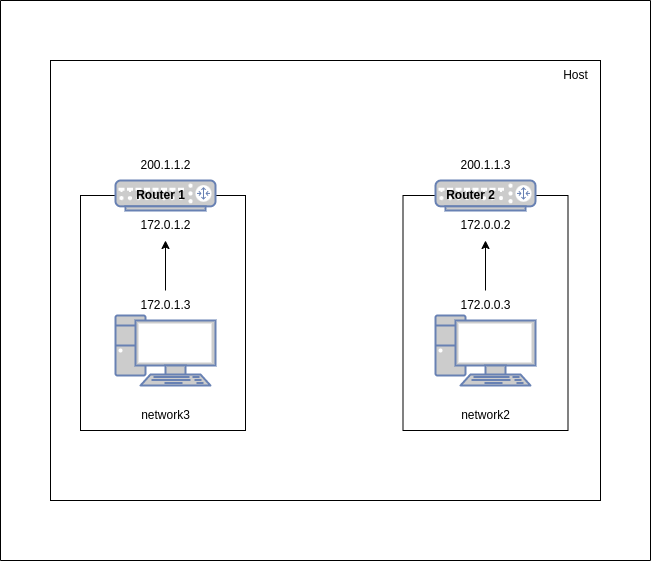
Earlier version of the draw.io export docker-nat.png (barsaskn/docker-nat). Source tidied: cells renumbered, new cells last; positions are measured from the earlier drawing's top-left corner, leaving out a move shared by most shapes.
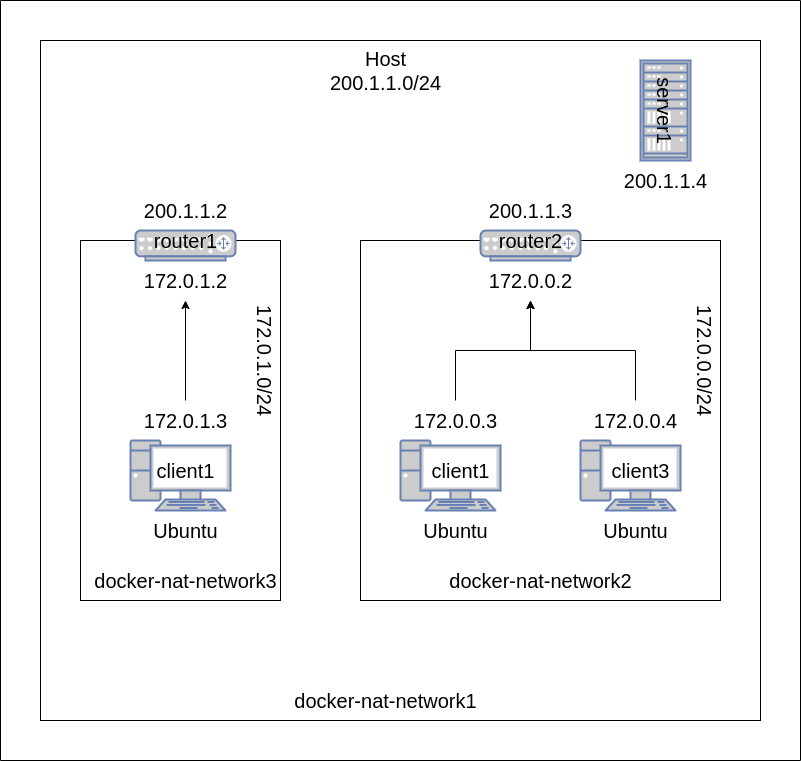
Above is the later version.

Commit message:
architectural detailed. Some minor changes for router build system.

Diff of the diagram source:
```diff
@@ -2,68 +2,118 @@
   <root>
     <mxCell id="0" />
     <mxCell id="1" parent="0" />
-    <mxCell id="2" style="rounded=0;whiteSpace=wrap;html=1;fillColor=none;" parent="1" vertex="1">
-      <mxGeometry x="402.5" y="195" width="165" height="235" as="geometry" />
-    </mxCell>
-    <mxCell id="3" style="rounded=0;whiteSpace=wrap;html=1;fillColor=none;" parent="1" vertex="1">
-      <mxGeometry x="50" y="60" width="550" height="440" as="geometry" />
-    </mxCell>
-    <mxCell id="4" style="rounded=0;whiteSpace=wrap;html=1;fillColor=none;" parent="1" vertex="1">
-      <mxGeometry x="80" y="195" width="165" height="235" as="geometry" />
-    </mxCell>
-    <mxCell id="5" style="fontColor=#0066CC;verticalAlign=top;verticalLabelPosition=bottom;labelPosition=center;align=center;html=1;fillColor=#CCCCCC;strokeColor=#6881B3;gradientColor=none;gradientDirection=north;strokeWidth=2;shape=mxgraph.networks.router;" parent="1" vertex="1">
-      <mxGeometry x="115" y="180" width="100" height="30" as="geometry" />
-    </mxCell>
-    <mxCell id="6" style="fontColor=#0066CC;verticalAlign=top;verticalLabelPosition=bottom;labelPosition=center;align=center;html=1;fillColor=#CCCCCC;strokeColor=#6881B3;gradientColor=none;gradientDirection=north;strokeWidth=2;shape=mxgraph.networks.router;" parent="1" vertex="1">
-      <mxGeometry x="435" y="180" width="100" height="30" as="geometry" />
-    </mxCell>
-    <mxCell id="7" style="fontColor=#0066CC;verticalAlign=top;verticalLabelPosition=bottom;labelPosition=center;align=center;html=1;fillColor=#CCCCCC;strokeColor=#6881B3;gradientColor=none;gradientDirection=north;strokeWidth=2;shape=mxgraph.networks.pc;" parent="1" vertex="1">
-      <mxGeometry x="115" y="315" width="100" height="70" as="geometry" />
-    </mxCell>
-    <mxCell id="8" style="fontColor=#0066CC;verticalAlign=top;verticalLabelPosition=bottom;labelPosition=center;align=center;html=1;fillColor=#CCCCCC;strokeColor=#6881B3;gradientColor=none;gradientDirection=north;strokeWidth=2;shape=mxgraph.networks.pc;" parent="1" vertex="1">
-      <mxGeometry x="435" y="315" width="100" height="70" as="geometry" />
-    </mxCell>
-    <mxCell id="9" value="200.1.1.2" style="text;html=1;align=center;verticalAlign=middle;strokeColor=none;fillColor=none;" parent="1" vertex="1">
-      <mxGeometry x="130" y="150" width="70" height="30" as="geometry" />
-    </mxCell>
-    <mxCell id="10" value="200.1.1.3" style="text;html=1;align=center;verticalAlign=middle;strokeColor=none;fillColor=none;" parent="1" vertex="1">
-      <mxGeometry x="450" y="150" width="70" height="30" as="geometry" />
-    </mxCell>
-    <mxCell id="11" value="172.0.0.2" style="text;html=1;align=center;verticalAlign=middle;points=[];strokeColor=none;fillColor=none;" parent="1" vertex="1">
-      <mxGeometry x="450" y="210" width="70" height="30" as="geometry" />
-    </mxCell>
-    <mxCell id="12" value="172.0.1.2" style="text;html=1;align=center;verticalAlign=middle;points=[];strokeColor=none;fillColor=none;" parent="1" vertex="1">
-      <mxGeometry x="130" y="210" width="70" height="30" as="geometry" />
-    </mxCell>
+    <mxCell id="23" style="swimlane;startSize=0;fillColor=none;" parent="1" vertex="1">
+      <mxGeometry x="-60" y="-120" width="800" height="760" as="geometry" />
+    </mxCell>
+    <mxCell id="24" style="rounded=0;whiteSpace=wrap;html=1;fillColor=none;" parent="23" vertex="1">
+      <mxGeometry x="40" y="40" width="720" height="680" as="geometry" />
+    </mxCell>
+    <mxCell id="25" value="&lt;font style=&quot;font-size: 20px;&quot;&gt;docker-nat-network1&lt;/font&gt;" style="text;html=1;align=center;verticalAlign=middle;strokeColor=none;fillColor=none;" parent="23" vertex="1">
+      <mxGeometry x="280" y="680" width="210" height="40" as="geometry" />
+    </mxCell>
+    <mxCell id="26" style="rounded=0;whiteSpace=wrap;html=1;fillColor=none;" parent="23" vertex="1">
+      <mxGeometry x="80" y="240" width="200" height="360" as="geometry" />
+    </mxCell>
+    <mxCell id="27" style="rounded=0;whiteSpace=wrap;html=1;fillColor=none;" parent="23" vertex="1">
+      <mxGeometry x="360" y="240" width="360" height="360" as="geometry" />
+    </mxCell>
+    <mxCell id="28" style="fontColor=#0066CC;verticalAlign=top;verticalLabelPosition=bottom;labelPosition=center;align=center;html=1;fillColor=#CCCCCC;strokeColor=#6881B3;gradientColor=none;gradientDirection=north;strokeWidth=2;shape=mxgraph.networks.pc;" parent="23" vertex="1">
+      <mxGeometry x="400" y="440" width="100" height="70" as="geometry" />
+    </mxCell>
+    <mxCell id="29" style="fontColor=#0066CC;verticalAlign=top;verticalLabelPosition=bottom;labelPosition=center;align=center;html=1;fillColor=#CCCCCC;strokeColor=#6881B3;gradientColor=none;gradientDirection=north;strokeWidth=2;shape=mxgraph.networks.pc;" parent="23" vertex="1">
+      <mxGeometry x="580" y="440" width="100" height="70" as="geometry" />
+    </mxCell>
+    <mxCell id="30" style="fontColor=#0066CC;verticalAlign=top;verticalLabelPosition=bottom;labelPosition=center;align=center;html=1;fillColor=#CCCCCC;strokeColor=#6881B3;gradientColor=none;gradientDirection=north;strokeWidth=2;shape=mxgraph.networks.pc;" parent="23" vertex="1">
+      <mxGeometry x="130" y="440" width="100" height="70" as="geometry" />
+    </mxCell>
+    <mxCell id="31" value="&lt;font style=&quot;font-size: 20px;&quot;&gt;docker-nat-network3&lt;br&gt;&lt;/font&gt;" style="text;html=1;align=center;verticalAlign=middle;strokeColor=none;fillColor=none;" parent="23" vertex="1">
+      <mxGeometry x="80" y="560" width="210" height="40" as="geometry" />
+    </mxCell>
+    <mxCell id="32" value="&lt;font style=&quot;font-size: 20px;&quot;&gt;docker-nat-network2&lt;br&gt;&lt;/font&gt;" style="text;html=1;align=center;verticalAlign=middle;strokeColor=none;fillColor=none;" parent="23" vertex="1">
+      <mxGeometry x="435" y="560" width="210" height="40" as="geometry" />
+    </mxCell>
+    <mxCell id="33" value="&lt;font style=&quot;font-size: 20px;&quot;&gt;Host&lt;br&gt;200.1.1.0/24&lt;br&gt;&lt;/font&gt;" style="text;html=1;align=center;verticalAlign=middle;strokeColor=none;fillColor=none;" parent="23" vertex="1">
+      <mxGeometry x="320" y="40" width="130" height="60" as="geometry" />
+    </mxCell>
-    <mxCell id="13" style="edgeStyle=orthogonalEdgeStyle;rounded=0;jettySize=auto;html=1;entryX=0.5;entryY=1;entryDx=0;entryDy=0;entryPerimeter=0;" parent="1" edge="1" source="14" target="12">
+    <mxCell id="13" style="edgeStyle=orthogonalEdgeStyle;rounded=0;jettySize=auto;html=1;" parent="23" edge="1" source="14" target="12">
       <mxGeometry relative="1" as="geometry" />
     </mxCell>
-    <mxCell id="14" value="172.0.1.3" style="text;html=1;align=center;verticalAlign=middle;points=[];strokeColor=none;fillColor=none;" parent="1" vertex="1">
-      <mxGeometry x="130" y="290" width="70" height="30" as="geometry" />
+    <mxCell id="14" value="&lt;font style=&quot;font-size: 20px;&quot;&gt;172.0.1.3&lt;br&gt;&lt;/font&gt;" style="text;html=1;align=center;verticalAlign=middle;points=[];strokeColor=none;fillColor=none;" parent="23" vertex="1">
+      <mxGeometry x="130" y="400" width="110" height="40" as="geometry" />
     </mxCell>
-    <mxCell id="15" style="edgeStyle=orthogonalEdgeStyle;rounded=0;jettySize=auto;html=1;" parent="1" edge="1" source="16" target="11">
+    <mxCell id="15" style="edgeStyle=orthogonalEdgeStyle;rounded=0;jettySize=auto;html=1;" parent="23" edge="1" source="16" target="11">
       <mxGeometry relative="1" as="geometry" />
     </mxCell>
-    <mxCell id="16" value="172.0.0.3" style="text;html=1;align=center;verticalAlign=middle;points=[];strokeColor=none;fillColor=none;" parent="1" vertex="1">
-      <mxGeometry x="450" y="290" width="70" height="30" as="geometry" />
+    <mxCell id="16" value="&lt;font style=&quot;font-size: 20px;&quot;&gt;172.0.0.3&lt;br&gt;&lt;/font&gt;" style="text;html=1;align=center;verticalAlign=middle;points=[];strokeColor=none;fillColor=none;" parent="23" vertex="1">
+      <mxGeometry x="400" y="400" width="110" height="40" as="geometry" />
     </mxCell>
-    <mxCell id="17" value="network3" style="text;html=1;align=center;verticalAlign=middle;strokeColor=none;fillColor=none;" parent="1" vertex="1">
-      <mxGeometry x="130" y="400" width="70" height="30" as="geometry" />
-    </mxCell>
-    <mxCell id="18" value="network2" style="text;html=1;align=center;verticalAlign=middle;strokeColor=none;fillColor=none;" parent="1" vertex="1">
-      <mxGeometry x="450" y="400" width="70" height="30" as="geometry" />
-    </mxCell>
-    <mxCell id="19" style="swimlane;startSize=0;" parent="1" vertex="1" collapsed="1">
-      <mxGeometry width="650" height="560" as="geometry" />
-    </mxCell>
-    <mxCell id="20" value="Host" style="text;html=1;align=center;verticalAlign=middle;strokeColor=none;fillColor=none;" parent="1" vertex="1">
-      <mxGeometry x="550" y="60" width="50" height="30" as="geometry" />
-    </mxCell>
-    <mxCell id="21" value="&lt;b&gt;&lt;font color=&quot;#000000&quot;&gt;Router 1&lt;/font&gt;&lt;/b&gt;" style="text;html=1;align=center;verticalAlign=middle;strokeColor=none;fillColor=none;" parent="1" vertex="1">
-      <mxGeometry x="125" y="180" width="70" height="30" as="geometry" />
-    </mxCell>
-    <mxCell id="22" value="&lt;b&gt;&lt;font color=&quot;#000000&quot;&gt;Router 2&lt;br&gt;&lt;/font&gt;&lt;/b&gt;" style="text;html=1;align=center;verticalAlign=middle;strokeColor=none;fillColor=none;" parent="1" vertex="1">
-      <mxGeometry x="435" y="180" width="70" height="30" as="geometry" />
-    </mxCell>
+    <mxCell id="34" style="edgeStyle=orthogonalEdgeStyle;rounded=0;jettySize=auto;html=1;entryX=0.5;entryY=1;entryDx=0;entryDy=0;entryPerimeter=0;" parent="23" edge="1" source="35" target="11">
+      <mxGeometry relative="1" as="geometry">
+        <Array as="points">
+          <mxPoint x="635" y="350" />
+          <mxPoint x="530" y="350" />
+        </Array>
+      </mxGeometry>
+    </mxCell>
+    <mxCell id="35" value="&lt;font style=&quot;font-size: 20px;&quot;&gt;172.0.0.4&lt;br&gt;&lt;/font&gt;" style="text;html=1;align=center;verticalAlign=middle;points=[];strokeColor=none;fillColor=none;" parent="23" vertex="1">
+      <mxGeometry x="580" y="400" width="110" height="40" as="geometry" />
+    </mxCell>
+    <mxCell id="36" value="&lt;font style=&quot;font-size: 20px;&quot;&gt;Ubuntu&lt;br&gt;&lt;/font&gt;" style="text;html=1;align=center;verticalAlign=middle;strokeColor=none;fillColor=none;" parent="23" vertex="1">
+      <mxGeometry x="140" y="510" width="90" height="40" as="geometry" />
+    </mxCell>
+    <mxCell id="37" value="&lt;font style=&quot;font-size: 20px;&quot;&gt;Ubuntu&lt;br&gt;&lt;/font&gt;" style="text;html=1;align=center;verticalAlign=middle;strokeColor=none;fillColor=none;" parent="23" vertex="1">
+      <mxGeometry x="410" y="510" width="90" height="40" as="geometry" />
+    </mxCell>
+    <mxCell id="38" value="&lt;font style=&quot;font-size: 20px;&quot;&gt;Ubuntu&lt;br&gt;&lt;/font&gt;" style="text;html=1;align=center;verticalAlign=middle;strokeColor=none;fillColor=none;" parent="23" vertex="1">
+      <mxGeometry x="590" y="510" width="90" height="40" as="geometry" />
+    </mxCell>
+    <mxCell id="39" style="fontColor=#0066CC;verticalAlign=top;verticalLabelPosition=bottom;labelPosition=center;align=center;html=1;fillColor=#CCCCCC;strokeColor=#6881B3;gradientColor=none;gradientDirection=north;strokeWidth=2;shape=mxgraph.networks.router;" parent="23" vertex="1">
+      <mxGeometry x="135" y="230" width="100" height="30" as="geometry" />
+    </mxCell>
+    <mxCell id="40" style="fontColor=#0066CC;verticalAlign=top;verticalLabelPosition=bottom;labelPosition=center;align=center;html=1;fillColor=#CCCCCC;strokeColor=#6881B3;gradientColor=none;gradientDirection=north;strokeWidth=2;shape=mxgraph.networks.router;" parent="23" vertex="1">
+      <mxGeometry x="480" y="230" width="100" height="30" as="geometry" />
+    </mxCell>
+    <mxCell id="12" value="&lt;font style=&quot;font-size: 20px;&quot;&gt;172.0.1.2&lt;br&gt;&lt;/font&gt;" style="text;html=1;align=center;verticalAlign=middle;points=[];strokeColor=none;fillColor=none;" parent="23" vertex="1">
+      <mxGeometry x="130" y="260" width="110" height="40" as="geometry" />
+    </mxCell>
+    <mxCell id="9" value="&lt;font style=&quot;font-size: 20px;&quot;&gt;200.1.1.2&lt;br&gt;&lt;/font&gt;" style="text;html=1;align=center;verticalAlign=middle;strokeColor=none;fillColor=none;" parent="23" vertex="1">
+      <mxGeometry x="130" y="190" width="110" height="40" as="geometry" />
+    </mxCell>
+    <mxCell id="11" value="&lt;font style=&quot;font-size: 20px;&quot;&gt;172.0.0.2&lt;br&gt;&lt;/font&gt;" style="text;html=1;align=center;verticalAlign=middle;points=[];strokeColor=none;fillColor=none;" parent="23" vertex="1">
+      <mxGeometry x="475" y="260" width="110" height="40" as="geometry" />
+    </mxCell>
+    <mxCell id="10" value="&lt;font style=&quot;font-size: 20px;&quot;&gt;200.1.1.3&lt;br&gt;&lt;/font&gt;" style="text;html=1;align=center;verticalAlign=middle;strokeColor=none;fillColor=none;" parent="23" vertex="1">
+      <mxGeometry x="475" y="190" width="110" height="40" as="geometry" />
+    </mxCell>
+    <mxCell id="41" value="&lt;font style=&quot;font-size: 20px;&quot;&gt;172.0.1.0/24&lt;br&gt;&lt;/font&gt;" style="text;html=1;align=center;verticalAlign=middle;strokeColor=none;fillColor=none;rotation=90;" parent="23" vertex="1">
+      <mxGeometry x="200" y="340" width="130" height="40" as="geometry" />
+    </mxCell>
+    <mxCell id="42" value="&lt;font style=&quot;font-size: 20px;&quot;&gt;172.0.0.0/24&lt;br&gt;&lt;/font&gt;" style="text;html=1;align=center;verticalAlign=middle;strokeColor=none;fillColor=none;rotation=90;" parent="23" vertex="1">
+      <mxGeometry x="640" y="340" width="130" height="40" as="geometry" />
+    </mxCell>
+    <mxCell id="43" value="&lt;font style=&quot;font-size: 20px;&quot;&gt;&lt;font color=&quot;#000000&quot;&gt;router1&lt;/font&gt;&lt;br&gt;&lt;/font&gt;" style="text;html=1;align=center;verticalAlign=middle;strokeColor=none;fillColor=none;rotation=0;" parent="23" vertex="1">
+      <mxGeometry x="140" y="220" width="90" height="40" as="geometry" />
+    </mxCell>
+    <mxCell id="44" value="&lt;font style=&quot;font-size: 20px;&quot;&gt;&lt;font color=&quot;#000000&quot;&gt;router2&lt;/font&gt;&lt;br&gt;&lt;/font&gt;" style="text;html=1;align=center;verticalAlign=middle;strokeColor=none;fillColor=none;rotation=0;" parent="23" vertex="1">
+      <mxGeometry x="485" y="220" width="90" height="40" as="geometry" />
+    </mxCell>
+    <mxCell id="45" value="&lt;font style=&quot;font-size: 20px;&quot;&gt;&lt;font color=&quot;#000000&quot;&gt;client1&lt;/font&gt;&lt;br&gt;&lt;/font&gt;" style="text;html=1;align=center;verticalAlign=middle;strokeColor=none;fillColor=none;rotation=0;" parent="23" vertex="1">
+      <mxGeometry x="145" y="450" width="80" height="40" as="geometry" />
+    </mxCell>
+    <mxCell id="46" value="&lt;font style=&quot;font-size: 20px;&quot;&gt;&lt;font color=&quot;#000000&quot;&gt;client1&lt;/font&gt;&lt;br&gt;&lt;/font&gt;" style="text;html=1;align=center;verticalAlign=middle;strokeColor=none;fillColor=none;rotation=0;" parent="23" vertex="1">
+      <mxGeometry x="420" y="450" width="80" height="40" as="geometry" />
+    </mxCell>
+    <mxCell id="47" value="&lt;font style=&quot;font-size: 20px;&quot;&gt;&lt;font color=&quot;#000000&quot;&gt;client3&lt;/font&gt;&lt;br&gt;&lt;/font&gt;" style="text;html=1;align=center;verticalAlign=middle;strokeColor=none;fillColor=none;rotation=0;" parent="23" vertex="1">
+      <mxGeometry x="600" y="450" width="80" height="40" as="geometry" />
+    </mxCell>
+    <mxCell id="48" style="fontColor=#0066CC;verticalAlign=top;verticalLabelPosition=bottom;labelPosition=center;align=center;html=1;fillColor=#CCCCCC;strokeColor=#6881B3;gradientColor=none;gradientDirection=north;strokeWidth=2;shape=mxgraph.networks.rack;" parent="23" vertex="1">
+      <mxGeometry x="640" y="60" width="50" height="100" as="geometry" />
+    </mxCell>
+    <mxCell id="49" value="&lt;font style=&quot;font-size: 20px;&quot;&gt;&lt;font color=&quot;#000000&quot;&gt;server1&lt;/font&gt;&lt;br&gt;&lt;/font&gt;" style="text;html=1;align=center;verticalAlign=middle;strokeColor=none;fillColor=none;rotation=90;" parent="23" vertex="1">
+      <mxGeometry x="620" y="90" width="90" height="40" as="geometry" />
+    </mxCell>
+    <mxCell id="50" value="&lt;font style=&quot;font-size: 20px;&quot;&gt;200.1.1.4&lt;br&gt;&lt;/font&gt;" style="text;html=1;align=center;verticalAlign=middle;strokeColor=none;fillColor=none;" parent="23" vertex="1">
+      <mxGeometry x="610" y="160" width="110" height="40" as="geometry" />
+    </mxCell>
   </root>
 </mxGraphModel>
```
